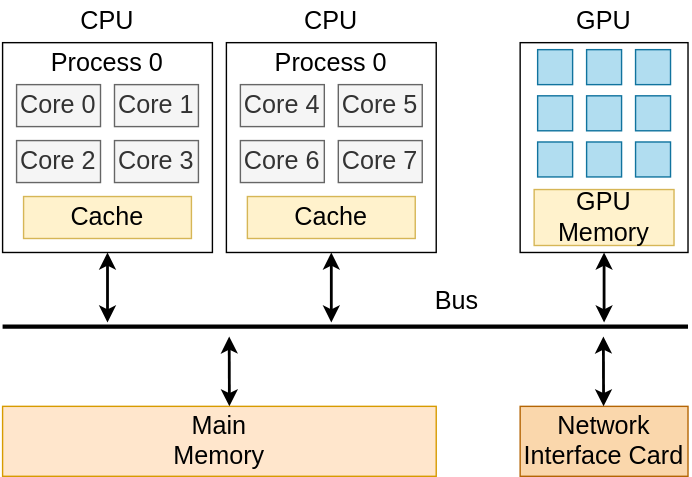
Before: img/ch-intro/computer-arch.svg, a diagram exported from draw.io (godaai/scale-py-zh). Source tidied: cells renumbered, new cells last; positions are measured from the earlier drawing's top-left corner, leaving out a move shared by most shapes.
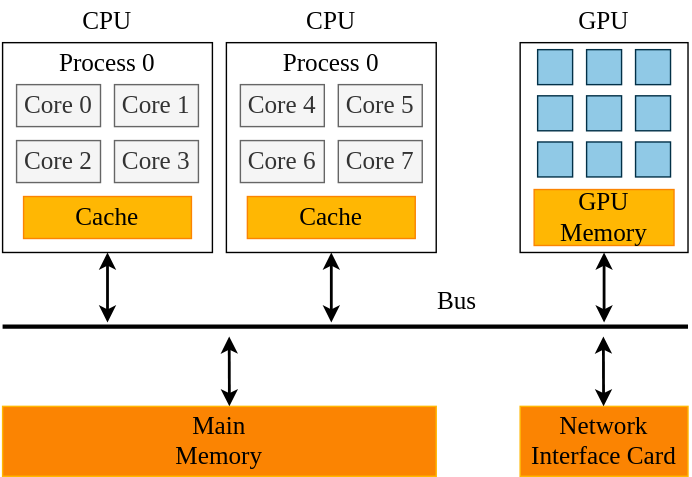
Above is the later version.

The edit, as a diff of the source:
```diff
@@ -2,126 +2,126 @@
   <root>
     <mxCell id="0" />
     <mxCell id="1" parent="0" />
-    <mxCell id="2" style="rounded=0;whiteSpace=wrap;html=1;fillColor=none;" parent="1" vertex="1">
+    <mxCell id="2" style="rounded=0;whiteSpace=wrap;html=1;fillColor=none;fontFamily=Times New Roman;" parent="1" vertex="1">
       <mxGeometry y="30" width="150" height="150" as="geometry" />
     </mxCell>
-    <mxCell id="3" value="Process 0" style="text;html=1;strokeColor=none;fillColor=none;align=center;verticalAlign=middle;whiteSpace=wrap;rounded=0;fontSize=18;" parent="1" vertex="1">
+    <mxCell id="3" value="Process 0" style="text;html=1;strokeColor=none;fillColor=none;align=center;verticalAlign=middle;whiteSpace=wrap;rounded=0;fontSize=18;fontFamily=Times New Roman;" parent="1" vertex="1">
       <mxGeometry x="30" y="30" width="90" height="30" as="geometry" />
     </mxCell>
-    <mxCell id="4" value="Core 0" style="rounded=0;whiteSpace=wrap;html=1;fontSize=18;fillColor=#f5f5f5;strokeColor=#666666;fontColor=#333333;" parent="1" vertex="1">
+    <mxCell id="4" value="Core 0" style="rounded=0;whiteSpace=wrap;html=1;fontSize=18;fillColor=#f5f5f5;strokeColor=#666666;fontColor=#333333;fontFamily=Times New Roman;" parent="1" vertex="1">
       <mxGeometry x="10" y="60" width="60" height="30" as="geometry" />
     </mxCell>
-    <mxCell id="5" value="Core 1" style="rounded=0;whiteSpace=wrap;html=1;fontSize=18;fillColor=#f5f5f5;strokeColor=#666666;fontColor=#333333;" parent="1" vertex="1">
+    <mxCell id="5" value="Core 1" style="rounded=0;whiteSpace=wrap;html=1;fontSize=18;fillColor=#f5f5f5;strokeColor=#666666;fontColor=#333333;fontFamily=Times New Roman;" parent="1" vertex="1">
       <mxGeometry x="80" y="60" width="60" height="30" as="geometry" />
     </mxCell>
-    <mxCell id="6" value="Core 2" style="rounded=0;whiteSpace=wrap;html=1;fontSize=18;fillColor=#f5f5f5;strokeColor=#666666;fontColor=#333333;" parent="1" vertex="1">
+    <mxCell id="6" value="Core 2" style="rounded=0;whiteSpace=wrap;html=1;fontSize=18;fillColor=#f5f5f5;strokeColor=#666666;fontColor=#333333;fontFamily=Times New Roman;" parent="1" vertex="1">
       <mxGeometry x="10" y="100" width="60" height="30" as="geometry" />
     </mxCell>
-    <mxCell id="7" value="Core 3" style="rounded=0;whiteSpace=wrap;html=1;fontSize=18;fillColor=#f5f5f5;strokeColor=#666666;fontColor=#333333;" parent="1" vertex="1">
+    <mxCell id="7" value="Core 3" style="rounded=0;whiteSpace=wrap;html=1;fontSize=18;fillColor=#f5f5f5;strokeColor=#666666;fontColor=#333333;fontFamily=Times New Roman;" parent="1" vertex="1">
       <mxGeometry x="80" y="100" width="60" height="30" as="geometry" />
     </mxCell>
-    <mxCell id="8" style="rounded=0;whiteSpace=wrap;html=1;fillColor=none;" parent="1" vertex="1">
+    <mxCell id="8" style="rounded=0;whiteSpace=wrap;html=1;fillColor=none;fontFamily=Times New Roman;" parent="1" vertex="1">
       <mxGeometry x="160" y="30" width="150" height="150" as="geometry" />
     </mxCell>
-    <mxCell id="9" value="Process 0" style="text;html=1;strokeColor=none;fillColor=none;align=center;verticalAlign=middle;whiteSpace=wrap;rounded=0;fontSize=18;" parent="1" vertex="1">
+    <mxCell id="9" value="Process 0" style="text;html=1;strokeColor=none;fillColor=none;align=center;verticalAlign=middle;whiteSpace=wrap;rounded=0;fontSize=18;fontFamily=Times New Roman;" parent="1" vertex="1">
       <mxGeometry x="190" y="30" width="90" height="30" as="geometry" />
     </mxCell>
-    <mxCell id="10" value="Core 4" style="rounded=0;whiteSpace=wrap;html=1;fontSize=18;fillColor=#f5f5f5;strokeColor=#666666;fontColor=#333333;" parent="1" vertex="1">
+    <mxCell id="10" value="Core 4" style="rounded=0;whiteSpace=wrap;html=1;fontSize=18;fillColor=#f5f5f5;strokeColor=#666666;fontColor=#333333;fontFamily=Times New Roman;" parent="1" vertex="1">
       <mxGeometry x="170" y="60" width="60" height="30" as="geometry" />
     </mxCell>
-    <mxCell id="11" value="Core 5" style="rounded=0;whiteSpace=wrap;html=1;fontSize=18;fillColor=#f5f5f5;strokeColor=#666666;fontColor=#333333;" parent="1" vertex="1">
+    <mxCell id="11" value="Core 5" style="rounded=0;whiteSpace=wrap;html=1;fontSize=18;fillColor=#f5f5f5;strokeColor=#666666;fontColor=#333333;fontFamily=Times New Roman;" parent="1" vertex="1">
       <mxGeometry x="240" y="60" width="60" height="30" as="geometry" />
     </mxCell>
-    <mxCell id="12" value="Core 6" style="rounded=0;whiteSpace=wrap;html=1;fontSize=18;fillColor=#f5f5f5;strokeColor=#666666;fontColor=#333333;" parent="1" vertex="1">
+    <mxCell id="12" value="Core 6" style="rounded=0;whiteSpace=wrap;html=1;fontSize=18;fillColor=#f5f5f5;strokeColor=#666666;fontColor=#333333;fontFamily=Times New Roman;" parent="1" vertex="1">
       <mxGeometry x="170" y="100" width="60" height="30" as="geometry" />
     </mxCell>
-    <mxCell id="13" value="Core 7" style="rounded=0;whiteSpace=wrap;html=1;fontSize=18;fillColor=#f5f5f5;strokeColor=#666666;fontColor=#333333;" parent="1" vertex="1">
+    <mxCell id="13" value="Core 7" style="rounded=0;whiteSpace=wrap;html=1;fontSize=18;fillColor=#f5f5f5;strokeColor=#666666;fontColor=#333333;fontFamily=Times New Roman;" parent="1" vertex="1">
       <mxGeometry x="240" y="100" width="60" height="30" as="geometry" />
     </mxCell>
-    <mxCell id="14" value="Cache" style="rounded=0;whiteSpace=wrap;html=1;fontSize=18;fillColor=#fff2cc;strokeColor=#d6b656;" parent="1" vertex="1">
+    <mxCell id="14" value="Cache" style="rounded=0;whiteSpace=wrap;html=1;fontSize=18;fillColor=#FFB703;strokeColor=#FB8402;fontFamily=Times New Roman;" parent="1" vertex="1">
       <mxGeometry x="15" y="140" width="120" height="30" as="geometry" />
     </mxCell>
-    <mxCell id="15" value="Cache" style="rounded=0;whiteSpace=wrap;html=1;fontSize=18;fillColor=#fff2cc;strokeColor=#d6b656;" parent="1" vertex="1">
+    <mxCell id="15" value="Cache" style="rounded=0;whiteSpace=wrap;html=1;fontSize=18;fillColor=#FFB703;strokeColor=#FB8402;fontFamily=Times New Roman;" parent="1" vertex="1">
       <mxGeometry x="175" y="140" width="120" height="30" as="geometry" />
     </mxCell>
-    <mxCell id="16" style="endArrow=none;html=1;rounded=0;fontSize=18;strokeWidth=3;" parent="1" edge="1">
+    <mxCell id="16" style="endArrow=none;html=1;rounded=0;fontSize=18;strokeWidth=3;fontFamily=Times New Roman;" parent="1" edge="1">
       <mxGeometry relative="1" as="geometry">
         <mxPoint y="233" as="sourcePoint" />
         <mxPoint x="490" y="233" as="targetPoint" />
       </mxGeometry>
     </mxCell>
-    <mxCell id="17" style="endArrow=classic;startArrow=classic;html=1;rounded=0;strokeWidth=2;fontSize=18;entryX=0.5;entryY=1;entryDx=0;entryDy=0;" parent="1" edge="1" target="2">
+    <mxCell id="17" style="endArrow=classic;startArrow=classic;html=1;rounded=0;strokeWidth=2;fontSize=18;entryX=0.5;entryY=1;entryDx=0;entryDy=0;fontFamily=Times New Roman;" parent="1" edge="1" target="2">
       <mxGeometry relative="1" as="geometry">
         <mxPoint x="75" y="230" as="sourcePoint" />
       </mxGeometry>
     </mxCell>
-    <mxCell id="18" style="endArrow=classic;startArrow=classic;html=1;rounded=0;strokeWidth=2;fontSize=18;entryX=0.5;entryY=1;entryDx=0;entryDy=0;" parent="1" edge="1" target="8">
+    <mxCell id="18" style="endArrow=classic;startArrow=classic;html=1;rounded=0;strokeWidth=2;fontSize=18;entryX=0.5;entryY=1;entryDx=0;entryDy=0;fontFamily=Times New Roman;" parent="1" edge="1" target="8">
       <mxGeometry relative="1" as="geometry">
         <mxPoint x="235" y="230" as="sourcePoint" />
       </mxGeometry>
     </mxCell>
-    <mxCell id="19" value="Main &lt;br&gt;Memory" style="rounded=0;whiteSpace=wrap;html=1;fontSize=18;fillColor=#ffe6cc;strokeColor=#d79b00;" parent="1" vertex="1">
+    <mxCell id="19" value="Main &lt;br&gt;Memory" style="rounded=0;whiteSpace=wrap;html=1;fontSize=18;fillColor=#FB8402;strokeColor=#FFB703;fontFamily=Times New Roman;" parent="1" vertex="1">
       <mxGeometry y="290" width="310" height="50" as="geometry" />
     </mxCell>
-    <mxCell id="20" value="Bus" style="text;html=1;strokeColor=none;fillColor=none;align=center;verticalAlign=middle;whiteSpace=wrap;rounded=0;fontSize=18;" parent="1" vertex="1">
+    <mxCell id="20" value="Bus" style="text;html=1;strokeColor=none;fillColor=none;align=center;verticalAlign=middle;whiteSpace=wrap;rounded=0;fontSize=18;fontFamily=Times New Roman;" parent="1" vertex="1">
       <mxGeometry x="295" y="200" width="60" height="30" as="geometry" />
     </mxCell>
-    <mxCell id="21" style="rounded=0;whiteSpace=wrap;html=1;fontSize=18;" parent="1" vertex="1">
+    <mxCell id="21" style="rounded=0;whiteSpace=wrap;html=1;fontSize=18;fontFamily=Times New Roman;" parent="1" vertex="1">
       <mxGeometry x="370" y="30" width="120" height="150" as="geometry" />
     </mxCell>
-    <mxCell id="22" value="CPU" style="text;html=1;strokeColor=none;fillColor=none;align=center;verticalAlign=middle;whiteSpace=wrap;rounded=0;fontSize=18;" parent="1" vertex="1">
+    <mxCell id="22" value="&lt;font&gt;CPU&lt;/font&gt;" style="text;html=1;strokeColor=none;fillColor=none;align=center;verticalAlign=middle;whiteSpace=wrap;rounded=0;fontSize=18;fontFamily=Times New Roman;" parent="1" vertex="1">
       <mxGeometry x="45" width="60" height="30" as="geometry" />
     </mxCell>
-    <mxCell id="23" value="CPU" style="text;html=1;strokeColor=none;fillColor=none;align=center;verticalAlign=middle;whiteSpace=wrap;rounded=0;fontSize=18;" parent="1" vertex="1">
+    <mxCell id="23" value="&lt;font&gt;CPU&lt;/font&gt;" style="text;html=1;strokeColor=none;fillColor=none;align=center;verticalAlign=middle;whiteSpace=wrap;rounded=0;fontSize=18;fontFamily=Times New Roman;" parent="1" vertex="1">
       <mxGeometry x="205" width="60" height="30" as="geometry" />
     </mxCell>
-    <mxCell id="24" value="GPU" style="text;html=1;strokeColor=none;fillColor=none;align=center;verticalAlign=middle;whiteSpace=wrap;rounded=0;fontSize=18;" parent="1" vertex="1">
+    <mxCell id="24" value="&lt;font&gt;GPU&lt;/font&gt;" style="text;html=1;strokeColor=none;fillColor=none;align=center;verticalAlign=middle;whiteSpace=wrap;rounded=0;fontSize=18;fontFamily=Times New Roman;" parent="1" vertex="1">
       <mxGeometry x="400" width="60" height="30" as="geometry" />
     </mxCell>
-    <mxCell id="25" style="whiteSpace=wrap;html=1;fontSize=18;fillColor=#b1ddf0;strokeColor=#10739e;" parent="1" vertex="1">
+    <mxCell id="25" style="whiteSpace=wrap;html=1;fontSize=18;fillColor=#90C9E6;strokeColor=#023047;fontFamily=Times New Roman;" parent="1" vertex="1">
       <mxGeometry x="417.5" y="35" width="25" height="25" as="geometry" />
     </mxCell>
-    <mxCell id="26" style="whiteSpace=wrap;html=1;fontSize=18;fillColor=#b1ddf0;strokeColor=#10739e;" parent="1" vertex="1">
+    <mxCell id="26" style="whiteSpace=wrap;html=1;fontSize=18;fillColor=#90C9E6;strokeColor=#023047;fontFamily=Times New Roman;" parent="1" vertex="1">
       <mxGeometry x="382.5" y="35" width="25" height="25" as="geometry" />
     </mxCell>
-    <mxCell id="27" style="whiteSpace=wrap;html=1;fontSize=18;fillColor=#b1ddf0;strokeColor=#10739e;" parent="1" vertex="1">
+    <mxCell id="27" style="whiteSpace=wrap;html=1;fontSize=18;fillColor=#90C9E6;strokeColor=#023047;fontFamily=Times New Roman;" parent="1" vertex="1">
       <mxGeometry x="452.5" y="35" width="25" height="25" as="geometry" />
     </mxCell>
-    <mxCell id="28" style="whiteSpace=wrap;html=1;fontSize=18;fillColor=#b1ddf0;strokeColor=#10739e;" parent="1" vertex="1">
+    <mxCell id="28" style="whiteSpace=wrap;html=1;fontSize=18;fillColor=#90C9E6;strokeColor=#023047;fontFamily=Times New Roman;" parent="1" vertex="1">
       <mxGeometry x="417.5" y="68" width="25" height="25" as="geometry" />
     </mxCell>
-    <mxCell id="29" style="whiteSpace=wrap;html=1;fontSize=18;fillColor=#b1ddf0;strokeColor=#10739e;" parent="1" vertex="1">
+    <mxCell id="29" style="whiteSpace=wrap;html=1;fontSize=18;fillColor=#90C9E6;strokeColor=#023047;fontFamily=Times New Roman;" parent="1" vertex="1">
       <mxGeometry x="382.5" y="68" width="25" height="25" as="geometry" />
     </mxCell>
-    <mxCell id="30" style="whiteSpace=wrap;html=1;fontSize=18;fillColor=#b1ddf0;strokeColor=#10739e;" parent="1" vertex="1">
+    <mxCell id="30" style="whiteSpace=wrap;html=1;fontSize=18;fillColor=#90C9E6;strokeColor=#023047;fontFamily=Times New Roman;" parent="1" vertex="1">
       <mxGeometry x="452.5" y="68" width="25" height="25" as="geometry" />
     </mxCell>
-    <mxCell id="31" style="whiteSpace=wrap;html=1;fontSize=18;fillColor=#b1ddf0;strokeColor=#10739e;" parent="1" vertex="1">
+    <mxCell id="31" style="whiteSpace=wrap;html=1;fontSize=18;fillColor=#90C9E6;strokeColor=#023047;fontFamily=Times New Roman;" parent="1" vertex="1">
       <mxGeometry x="417.5" y="101" width="25" height="25" as="geometry" />
     </mxCell>
-    <mxCell id="32" style="whiteSpace=wrap;html=1;fontSize=18;fillColor=#b1ddf0;strokeColor=#10739e;" parent="1" vertex="1">
+    <mxCell id="32" style="whiteSpace=wrap;html=1;fontSize=18;fillColor=#90C9E6;strokeColor=#023047;fontFamily=Times New Roman;" parent="1" vertex="1">
       <mxGeometry x="382.5" y="101" width="25" height="25" as="geometry" />
     </mxCell>
-    <mxCell id="33" style="whiteSpace=wrap;html=1;fontSize=18;fillColor=#b1ddf0;strokeColor=#10739e;" parent="1" vertex="1">
+    <mxCell id="33" style="whiteSpace=wrap;html=1;fontSize=18;fillColor=#90C9E6;strokeColor=#023047;fontFamily=Times New Roman;" parent="1" vertex="1">
       <mxGeometry x="452.5" y="101" width="25" height="25" as="geometry" />
     </mxCell>
-    <mxCell id="34" value="GPU Memory" style="rounded=0;whiteSpace=wrap;html=1;fontSize=18;fillColor=#fff2cc;strokeColor=#d6b656;" parent="1" vertex="1">
+    <mxCell id="34" value="GPU Memory" style="rounded=0;whiteSpace=wrap;html=1;fontSize=18;fillColor=#FFB703;strokeColor=#FB8402;fontFamily=Times New Roman;" parent="1" vertex="1">
       <mxGeometry x="380" y="135" width="100" height="40" as="geometry" />
     </mxCell>
-    <mxCell id="35" style="endArrow=classic;startArrow=classic;html=1;rounded=0;strokeWidth=2;fontSize=18;entryX=0.5;entryY=1;entryDx=0;entryDy=0;" parent="1" edge="1" target="21">
+    <mxCell id="35" style="endArrow=classic;startArrow=classic;html=1;rounded=0;strokeWidth=2;fontSize=18;entryX=0.5;entryY=1;entryDx=0;entryDy=0;fontFamily=Times New Roman;" parent="1" edge="1" target="21">
       <mxGeometry relative="1" as="geometry">
         <mxPoint x="430" y="230" as="sourcePoint" />
       </mxGeometry>
     </mxCell>
-    <mxCell id="36" style="endArrow=classic;startArrow=classic;html=1;rounded=0;strokeWidth=2;fontSize=18;exitX=0.523;exitY=0;exitDx=0;exitDy=0;exitPerimeter=0;" parent="1" edge="1" source="19">
+    <mxCell id="36" style="endArrow=classic;startArrow=classic;html=1;rounded=0;strokeWidth=2;fontSize=18;exitX=0.523;exitY=0;exitDx=0;exitDy=0;exitPerimeter=0;fontFamily=Times New Roman;" parent="1" edge="1" source="19">
       <mxGeometry relative="1" as="geometry">
         <mxPoint x="162" y="240" as="targetPoint" />
       </mxGeometry>
     </mxCell>
-    <mxCell id="37" value="Network&lt;br&gt;Interface Card" style="rounded=0;whiteSpace=wrap;html=1;fontSize=18;fillColor=#fad7ac;strokeColor=#b46504;" parent="1" vertex="1">
+    <mxCell id="37" value="Network&lt;br&gt;Interface Card" style="rounded=0;whiteSpace=wrap;html=1;fontSize=18;fillColor=#FB8402;strokeColor=#FFB703;fontFamily=Times New Roman;" parent="1" vertex="1">
       <mxGeometry x="370" y="290" width="120" height="50" as="geometry" />
     </mxCell>
-    <mxCell id="38" style="endArrow=classic;startArrow=classic;html=1;rounded=0;strokeWidth=2;fontSize=18;exitX=0.523;exitY=0;exitDx=0;exitDy=0;exitPerimeter=0;" parent="1" edge="1">
+    <mxCell id="38" style="endArrow=classic;startArrow=classic;html=1;rounded=0;strokeWidth=2;fontSize=18;exitX=0.523;exitY=0;exitDx=0;exitDy=0;exitPerimeter=0;fontFamily=Times New Roman;" parent="1" edge="1">
       <mxGeometry x="0.59" y="-98" relative="1" as="geometry">
         <mxPoint x="429.6" y="290" as="sourcePoint" />
         <mxPoint x="429.5" y="240" as="targetPoint" />
```
